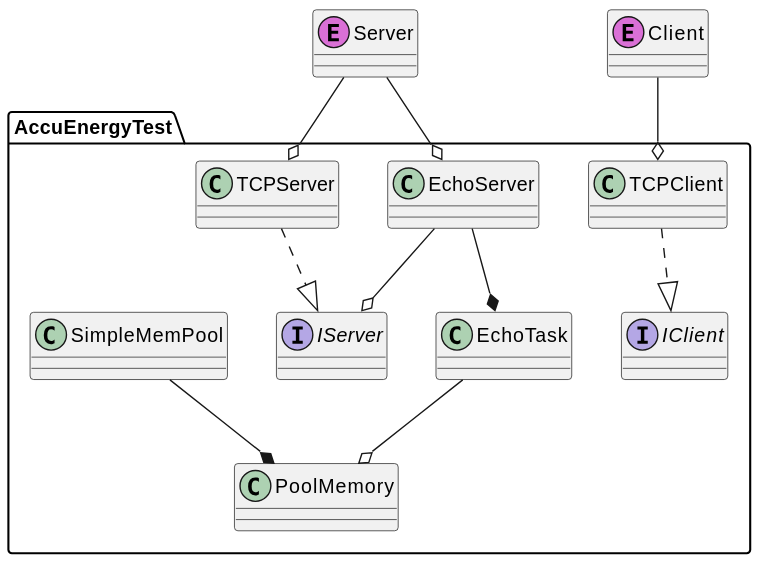
Earlier version of the PlantUML export Class.svg (pingkai/ccuenergyTest). The source it was exported from:
```plantuml
@startuml

namespace AccuEnergyTest {
interface IServer
interface IClient

IServer <|.up. TCPServer
IClient <|.up. TCPClient

EchoServer --o IServer
EchoServer --* EchoTask

SimpleMemPool --*PoolMemory

EchoTask --o PoolMemory
}

Server --o EchoServer
Server --o TCPServer
Client --o TCPClient
Server << (E,orchid)>>
Client << (E,orchid)>>
@enduml
```
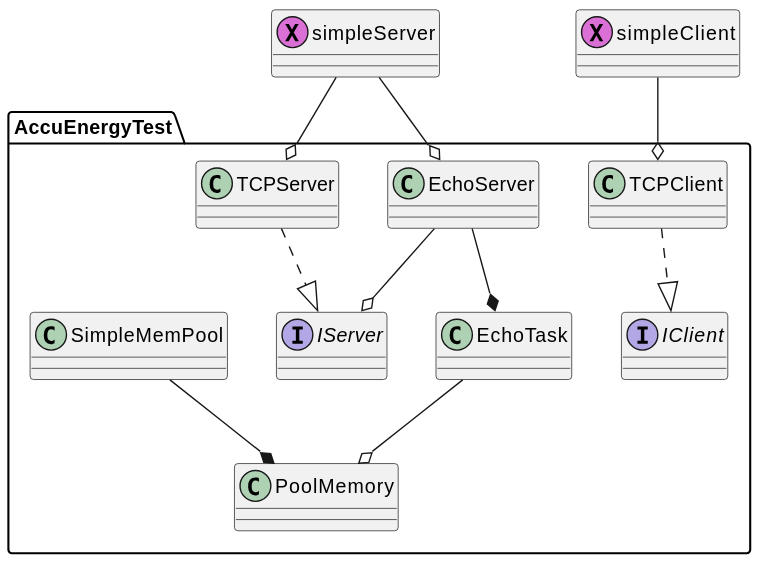
After the commit.

Commit message:
docs(readme): update ServerSeqence uml picture

The edit, as a diff of the source:
```diff
@@ -15,9 +15,9 @@
 EchoTask --o PoolMemory
 }
 
-Server --o EchoServer
-Server --o TCPServer
-Client --o TCPClient
-Server << (E,orchid)>>
-Client << (E,orchid)>>
+simpleServer --o EchoServer
+simpleServer --o TCPServer
+simpleClient --o TCPClient
+simpleServer << (X,orchid)>>
+simpleClient << (X,orchid)>>
 @enduml
```
